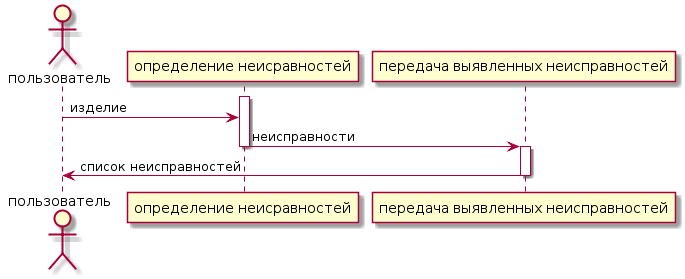
Earlier version of the PlantUML export схема 4.png (vasilevaAE/github.io).
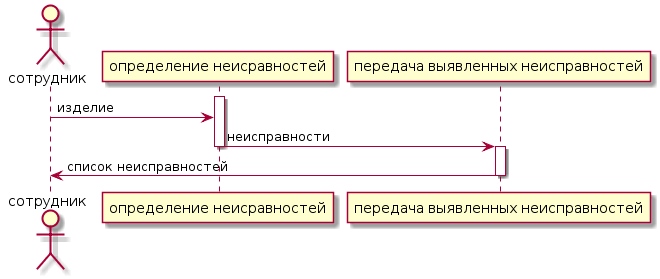
Later version of the same file.

Change to the diagram source:
```diff
@@ -1,5 +1,5 @@
 @startuml
-actor "пользователь" as u
+actor "сотрудник" as u
 participant "определение неисравностей" as gd
 
 participant "передача выявленных неисправностей" as c
```
